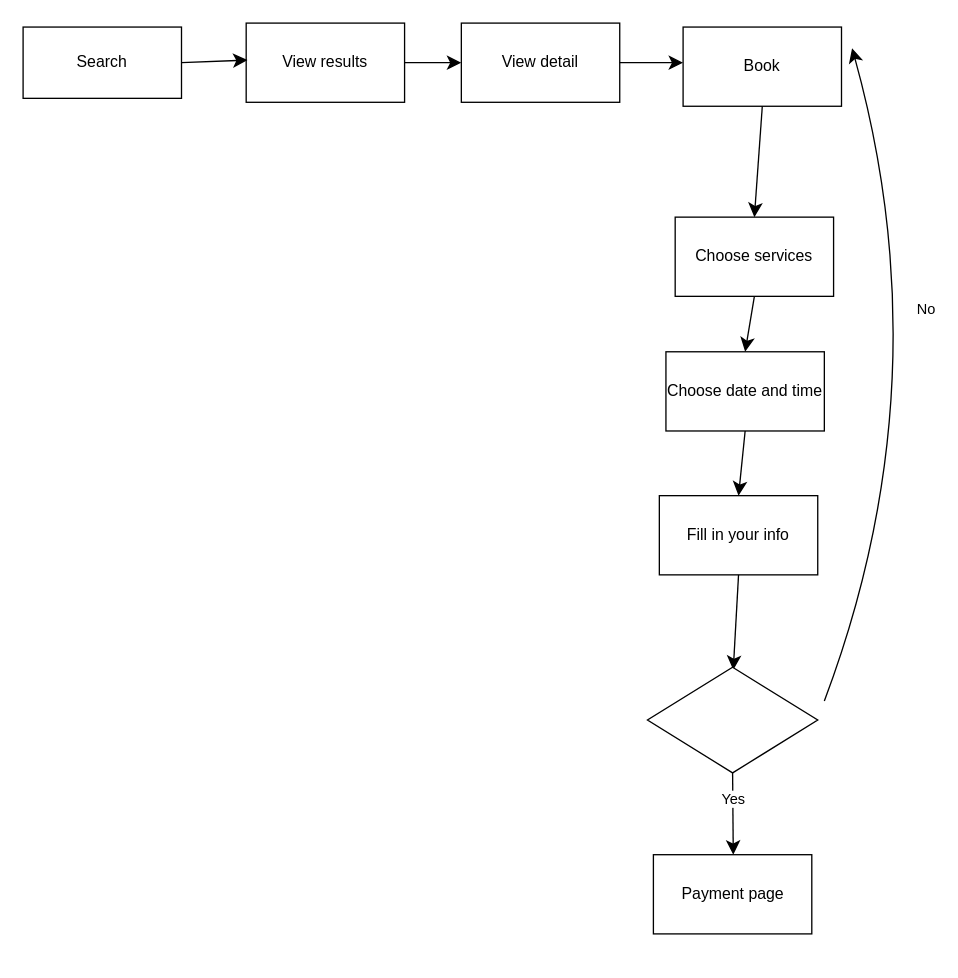
nga-pham/booking-website keeps this draw.io diagram as page "Use-case-overall" (4 of 5) of src/Booking-website.drawio. Above is the earlier version. Source tidied: cells renumbered, new cells numbered last; positions are measured from the earlier drawing's top-left corner, leaving out a move shared by most shapes. Both pictures are drawn from the tidied source at 132%, with x=0, y=0 at pixel (22, 22).
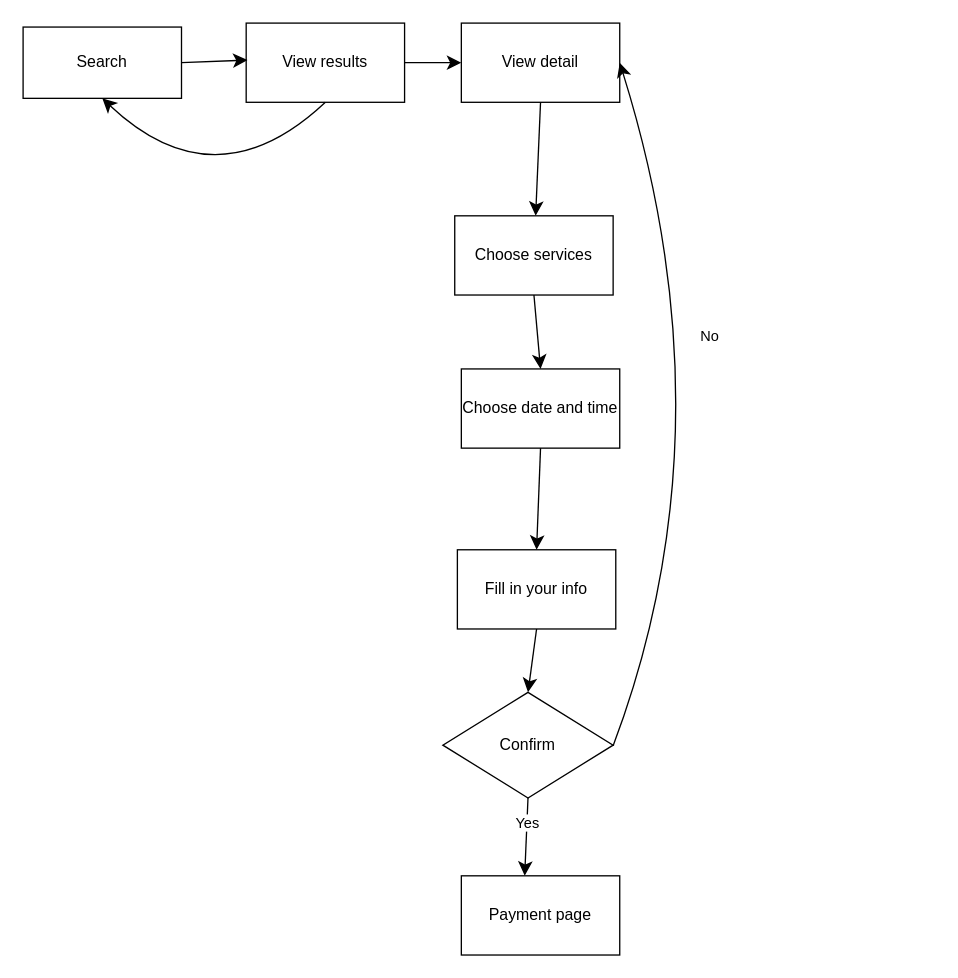
The same page after the edit.

The change refers to these unchanged cells:
```xml
<mxCell id="2" value="Search" style="rounded=0;whiteSpace=wrap;html=1;" parent="1" vertex="1">
  <mxGeometry y="3" width="120" height="54" as="geometry" />
</mxCell>
<mxCell id="3" value="View results" style="rounded=0;whiteSpace=wrap;html=1;" parent="1" vertex="1">
  <mxGeometry x="169" width="120" height="60" as="geometry" />
</mxCell>
<mxCell id="5" value="View detail" style="rounded=0;whiteSpace=wrap;html=1;" parent="1" vertex="1">
  <mxGeometry x="332" width="120" height="60" as="geometry" />
</mxCell>
```

Diff of the diagram source:
```diff
@@
     <mxCell id="7" value="Choose services" style="rounded=0;whiteSpace=wrap;html=1;" parent="1" vertex="1">
-      <mxGeometry x="494" y="147" width="120" height="60" as="geometry" />
+      <mxGeometry x="327" y="146" width="120" height="60" as="geometry" />
     </mxCell>
     <mxCell id="8" value="Choose date and time" style="rounded=0;whiteSpace=wrap;html=1;" parent="1" vertex="1">
-      <mxGeometry x="487" y="249" width="120" height="60" as="geometry" />
+      <mxGeometry x="332" y="262" width="120" height="60" as="geometry" />
     </mxCell>
-    <mxCell id="9" value="Book" style="rounded=0;whiteSpace=wrap;html=1;" parent="1" vertex="1">
-      <mxGeometry x="500" y="3" width="120" height="60" as="geometry" />
-    </mxCell>
-    <mxCell id="10" style="endArrow=classic;html=1;rounded=0;fontSize=12;startSize=8;endSize=8;curved=1;exitX=1;exitY=0.5;exitDx=0;exitDy=0;" parent="1" edge="1" source="5">
-      <mxGeometry relative="1" as="geometry">
-        <mxPoint x="500" y="30" as="targetPoint" />
-      </mxGeometry>
-    </mxCell>
-    <mxCell id="11" style="endArrow=classic;html=1;rounded=0;fontSize=12;startSize=8;endSize=8;curved=1;entryX=0.5;entryY=0;entryDx=0;entryDy=0;exitX=0.5;exitY=1;exitDx=0;exitDy=0;" parent="1" edge="1" source="9" target="7">
+    <mxCell id="11" style="endArrow=classic;html=1;rounded=0;fontSize=12;startSize=8;endSize=8;curved=1;exitX=0.5;exitY=1;exitDx=0;exitDy=0;" parent="1" edge="1" source="5" target="7">
       <mxGeometry relative="1" as="geometry" />
     </mxCell>
@@
     <mxCell id="13" value="Fill in your info" style="rounded=0;whiteSpace=wrap;html=1;" parent="1" vertex="1">
-      <mxGeometry x="482" y="358" width="120" height="60" as="geometry" />
+      <mxGeometry x="329" y="399" width="120" height="60" as="geometry" />
     </mxCell>
@@
-    <mxCell id="15" style="endArrow=classic;html=1;rounded=0;fontSize=12;startSize=8;endSize=8;curved=1;entryX=0.5;entryY=0;entryDx=0;entryDy=0;exitX=0.5;exitY=1;exitDx=0;exitDy=0;" parent="1" edge="1" source="13">
-      <mxGeometry relative="1" as="geometry">
-        <mxPoint x="538" y="490" as="targetPoint" />
-      </mxGeometry>
+    <mxCell id="15" style="endArrow=classic;html=1;rounded=0;fontSize=12;startSize=8;endSize=8;curved=1;exitX=0.5;exitY=1;exitDx=0;exitDy=0;entryX=0.5;entryY=0;entryDx=0;entryDy=0;" parent="1" edge="1" source="13" target="16">
+      <mxGeometry relative="1" as="geometry" />
     </mxCell>
-    <mxCell id="16" style="rhombus;whiteSpace=wrap;html=1;" parent="1" vertex="1">
-      <mxGeometry x="473" y="488" width="129" height="80" as="geometry" />
+    <mxCell id="16" value="Confirm" style="rhombus;whiteSpace=wrap;html=1;" parent="1" vertex="1">
+      <mxGeometry x="318" y="507" width="129" height="80" as="geometry" />
     </mxCell>
-    <mxCell id="17" style="endArrow=classic;html=1;rounded=0;fontSize=12;startSize=8;endSize=8;curved=1;exitX=0.5;exitY=1;exitDx=0;exitDy=0;" parent="1" edge="1" source="16">
-      <mxGeometry relative="1" as="geometry">
-        <mxPoint x="538" y="630" as="targetPoint" />
-      </mxGeometry>
+    <mxCell id="17" style="endArrow=classic;html=1;rounded=0;fontSize=12;startSize=8;endSize=8;curved=1;exitX=0.5;exitY=1;exitDx=0;exitDy=0;entryX=0.4;entryY=0;entryDx=0;entryDy=0;entryPerimeter=0;" parent="1" edge="1" source="16" target="21">
+      <mxGeometry relative="1" as="geometry" />
     </mxCell>
@@
-    <mxCell id="19" style="endArrow=classic;html=1;rounded=0;fontSize=12;startSize=8;endSize=8;curved=1;entryX=1;entryY=0.5;entryDx=0;entryDy=0;" parent="1" edge="1">
+    <mxCell id="19" style="endArrow=classic;html=1;rounded=0;fontSize=12;startSize=8;endSize=8;curved=1;entryX=1;entryY=0.5;entryDx=0;entryDy=0;" parent="1" edge="1" target="5">
       <mxGeometry relative="1" as="geometry">
-        <mxPoint x="607" y="513.5" as="sourcePoint" />
-        <mxPoint x="628" y="19" as="targetPoint" />
+        <mxPoint x="447" y="547.5" as="sourcePoint" />
         <Array as="points">
-          <mxPoint x="698" y="272" />
+          <mxPoint x="538" y="306" />
         </Array>
       </mxGeometry>
     </mxCell>
@@
     <mxCell id="21" value="Payment page" style="rounded=0;whiteSpace=wrap;html=1;" parent="1" vertex="1">
-      <mxGeometry x="477.5" y="630" width="120" height="60" as="geometry" />
+      <mxGeometry x="332" y="646" width="120" height="60" as="geometry" />
     </mxCell>
+    <mxCell id="22" style="endArrow=classic;html=1;rounded=0;fontSize=12;startSize=8;endSize=8;curved=1;exitX=0.5;exitY=1;exitDx=0;exitDy=0;entryX=0.5;entryY=1;entryDx=0;entryDy=0;" parent="1" edge="1" source="3" target="2">
+      <mxGeometry relative="1" as="geometry">
+        <Array as="points">
+          <mxPoint x="146" y="138" />
+        </Array>
+      </mxGeometry>
+    </mxCell>
```
